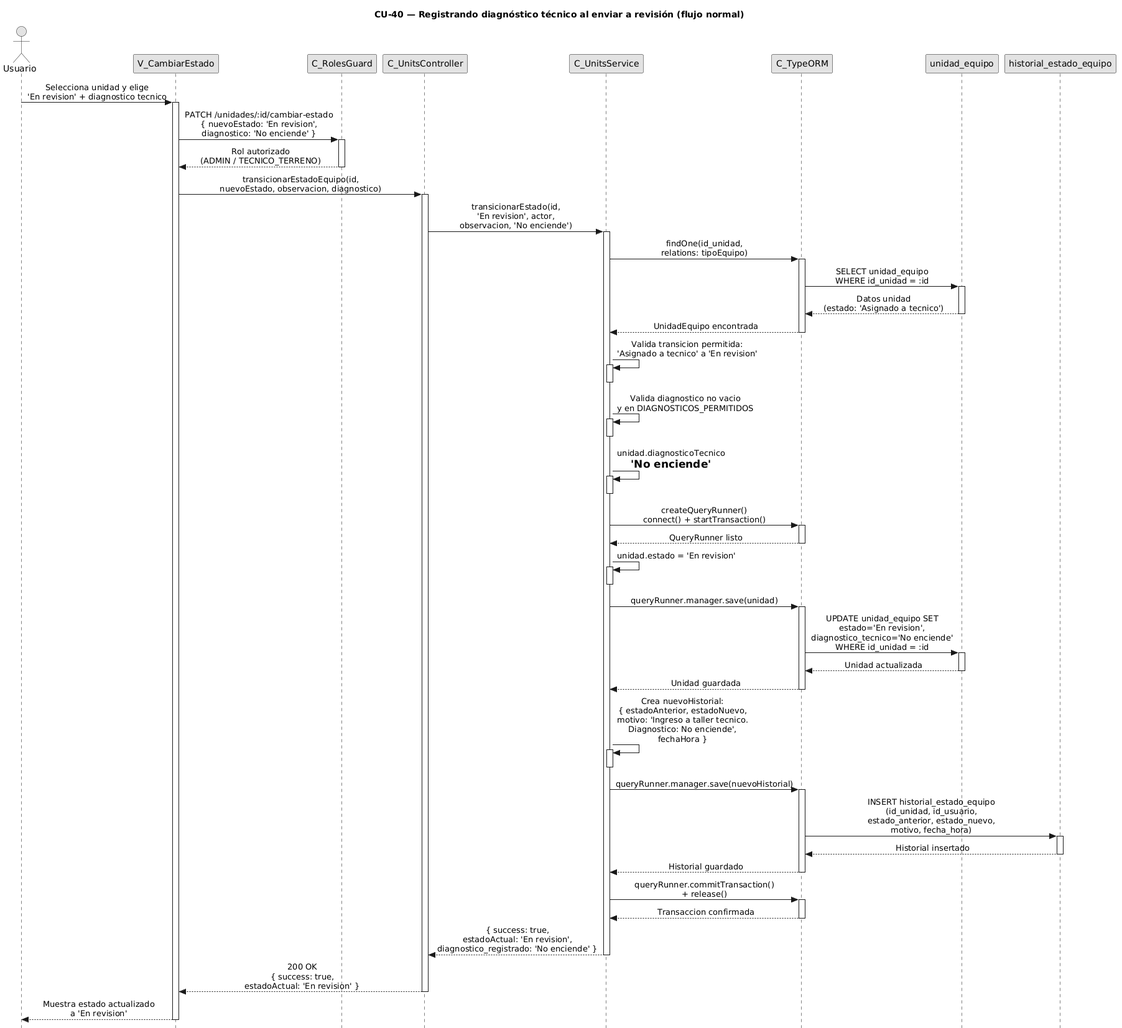
The PlantUML diagram diagramas/diagramas-secuencia/CU40/CU40-normal.png in FSM-Finet-y-Cable-Magico/Team_1-Inventario-y-Bodega, before a commit. Source of this version:
```plantuml
@startuml
title CU-40 — Registrando diagnóstico técnico al enviar a revisión (flujo normal)

skinparam style strictuml
skinparam monochrome true
skinparam shadowing false
skinparam sequenceMessageAlign center
skinparam sequence {
  MessageAlign center
  LifeLineBorderColor black
}
hide footbox

actor "Usuario" as user
participant "V_CambiarEstado" as view
participant "C_RolesGuard" as guard
participant "C_UnitsController" as ctrl
participant "C_UnitsService" as svc
participant "C_TypeORM" as orm
participant "unidad_equipo" as uent
participant "historial_estado_equipo" as hent

user -> view : Selecciona unidad y elige\n'En revision' + diagnostico tecnico
activate view

view -> guard : PATCH /unidades/:id/cambiar-estado\n{ nuevoEstado: 'En revision',\ndiagnostico: 'No enciende' }
activate guard

guard --> view : Rol autorizado\n(ADMIN / TECNICO_TERRENO)
deactivate guard

view -> ctrl : transicionarEstadoEquipo(id,\nnuevoEstado, observacion, diagnostico)
activate ctrl

ctrl -> svc : transicionarEstado(id,\n'En revision', actor,\nobservacion, 'No enciende')
activate svc

svc -> orm : findOne(id_unidad,\nrelations: tipoEquipo)
activate orm

orm -> uent : SELECT unidad_equipo\nWHERE id_unidad = :id
activate uent
uent --> orm : Datos unidad\n(estado: 'Asignado a tecnico')
deactivate uent

orm --> svc : UnidadEquipo encontrada
deactivate orm

svc -> svc : Valida transicion permitida:\n'Asignado a tecnico' a 'En revision'
activate svc
deactivate svc

svc -> svc : Valida diagnostico no vacio\ny en DIAGNOSTICOS_PERMITIDOS
activate svc
deactivate svc

svc -> svc : unidad.diagnosticoTecnico\n= 'No enciende'
activate svc
deactivate svc

svc -> orm : createQueryRunner()\nconnect() + startTransaction()
activate orm
orm --> svc : QueryRunner listo
deactivate orm

svc -> svc : unidad.estado = 'En revision'
activate svc
deactivate svc

svc -> orm : queryRunner.manager.save(unidad)
activate orm

orm -> uent : UPDATE unidad_equipo SET\nestado='En revision',\ndiagnostico_tecnico='No enciende'\nWHERE id_unidad = :id
activate uent
uent --> orm : Unidad actualizada
deactivate uent

orm --> svc : Unidad guardada
deactivate orm

svc -> svc : Crea nuevoHistorial:\n{ estadoAnterior, estadoNuevo,\nmotivo: 'Ingreso a taller tecnico.\nDiagnostico: No enciende',\nfechaHora }
activate svc
deactivate svc

svc -> orm : queryRunner.manager.save(nuevoHistorial)
activate orm

orm -> hent : INSERT historial_estado_equipo\n(id_unidad, id_usuario,\nestado_anterior, estado_nuevo,\nmotivo, fecha_hora)
activate hent
hent --> orm : Historial insertado
deactivate hent

orm --> svc : Historial guardado
deactivate orm

svc -> orm : queryRunner.commitTransaction()\n+ release()
activate orm
orm --> svc : Transaccion confirmada
deactivate orm

svc --> ctrl : { success: true,\nestadoActual: 'En revision',\ndiagnostico_registrado: 'No enciende' }
deactivate svc

ctrl --> view : 200 OK\n{ success: true,\nestadoActual: 'En revision' }
deactivate ctrl

view --> user : Muestra estado actualizado\na 'En revision'
deactivate view
@enduml
```
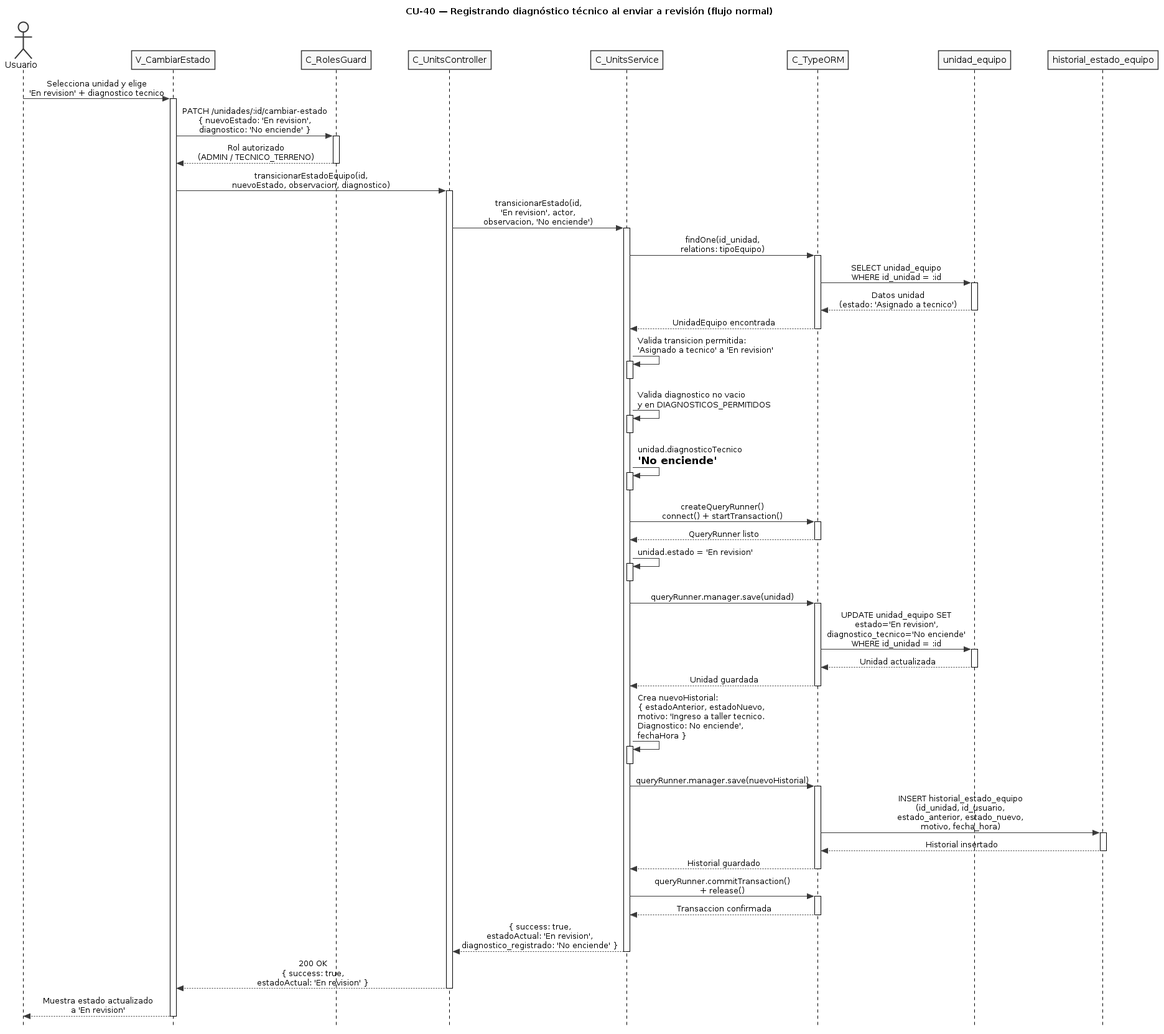
The same file after the commit.

What changed in the source:
```diff
@@ -1,10 +1,12 @@
-@startuml
+@startuml CU40-normal
 title CU-40 — Registrando diagnóstico técnico al enviar a revisión (flujo normal)
 
 skinparam style strictuml
 skinparam monochrome true
 skinparam shadowing false
 skinparam sequenceMessageAlign center
+skinparam ParticipantPadding 25
+skinparam ActorPadding 20
 skinparam sequence {
   MessageAlign center
   LifeLineBorderColor black
@@ -106,4 +108,5 @@
 
 view --> user : Muestra estado actualizado\na 'En revision'
 deactivate view
+
 @enduml
```
